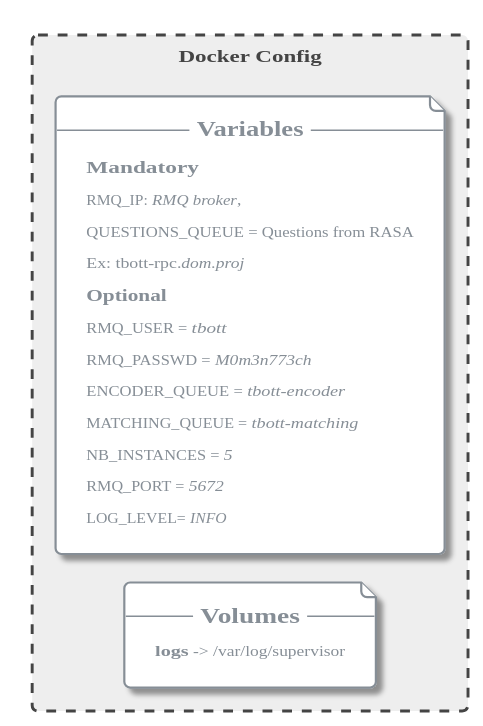
Earlier version of the PlantUML export images/plantuml/FindReply/find_reply/FindReply_Config.svg (momenttech/maestro-architecture).
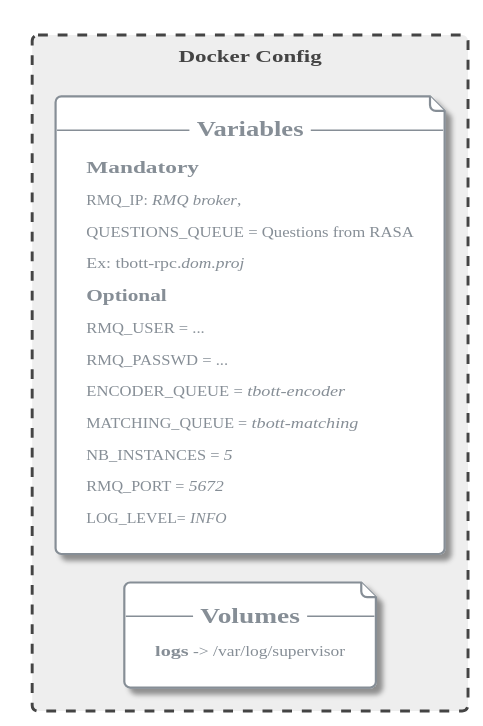
Above is the later version.

What changed in the source:
```diff
@@ -415,7 +415,7 @@
             rectangle "Docker Config" <<boundary>> as FindReplyModule_cfg {
 
 
-        file "-- =Variables --\n==Mandatory\nRMQ_IP: <i>RMQ broker</i>,\n                                QUESTIONS_QUEUE = Questions from RASA\n                                Ex: tbott-rpc.<i>dom.proj</i>\n===Optional\nRMQ_USER = <i>tbott</i>\n                                RMQ_PASSWD = <i>M0m3n773ch</i>\n                                ENCODER_QUEUE = <i>tbott-encoder</i>\n                                MATCHING_QUEUE = <i>tbott-matching</i>\n                                NB_INSTANCES = <i>5</i>\n                                RMQ_PORT = <i>5672</i>\n                                LOG_LEVEL= <i>INFO</i>" <<docker_params>> as FindReplyModule_vars
+        file "-- =Variables --\n==Mandatory\nRMQ_IP: <i>RMQ broker</i>,\n                                QUESTIONS_QUEUE = Questions from RASA\n                                Ex: tbott-rpc.<i>dom.proj</i>\n===Optional\nRMQ_USER = ...\n                                RMQ_PASSWD = ...\n                                ENCODER_QUEUE = <i>tbott-encoder</i>\n                                MATCHING_QUEUE = <i>tbott-matching</i>\n                                NB_INSTANCES = <i>5</i>\n                                RMQ_PORT = <i>5672</i>\n                                LOG_LEVEL= <i>INFO</i>" <<docker_params>> as FindReplyModule_vars
 
 
         file "-- =Volumes --\n<b>logs</b> -> /var/log/supervisor" <<docker_params>> as FindReplyModule_vols
```
